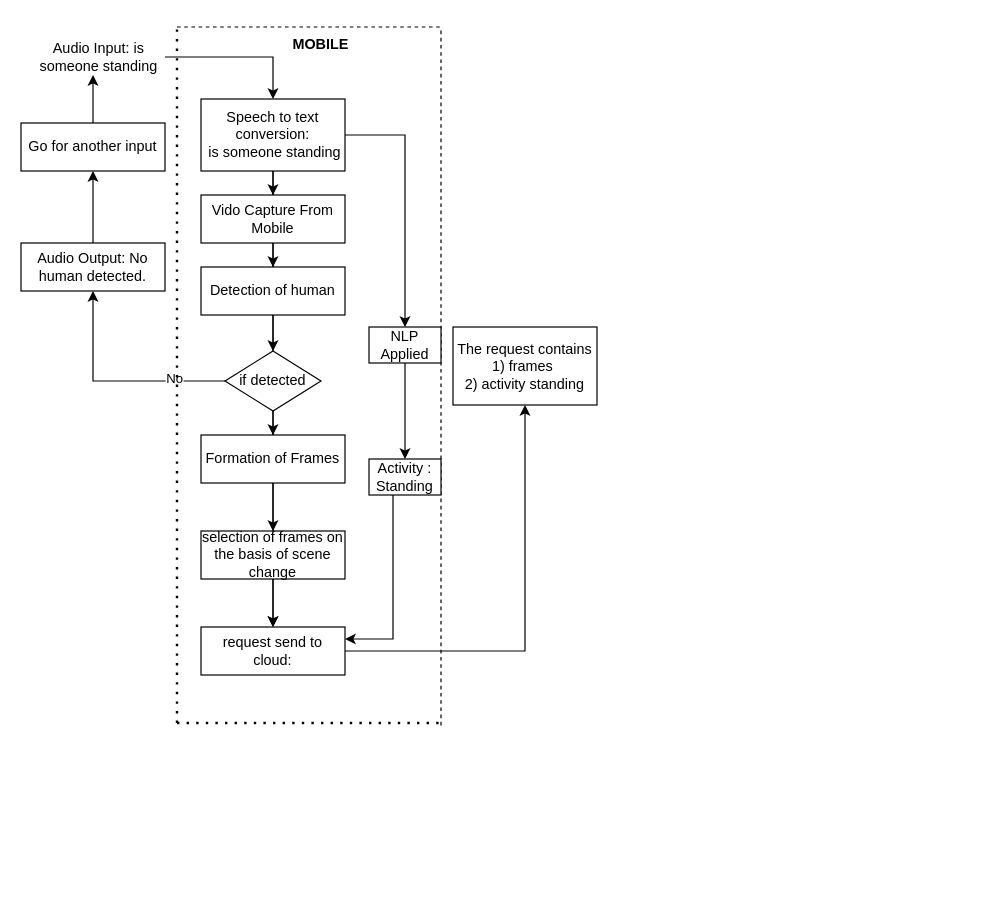
Above: ArchectectureDaigram.drawio in ahmad2001hotmailyahoo/ahmad-arc (draw.io), before the change. Source tidied: cells renumbered, new cells numbered last; positions are measured from the earlier drawing's top-left corner, leaving out a move shared by most shapes. Both pictures are drawn from the tidied source at 120%, with x=0, y=0 at pixel (20, 26).
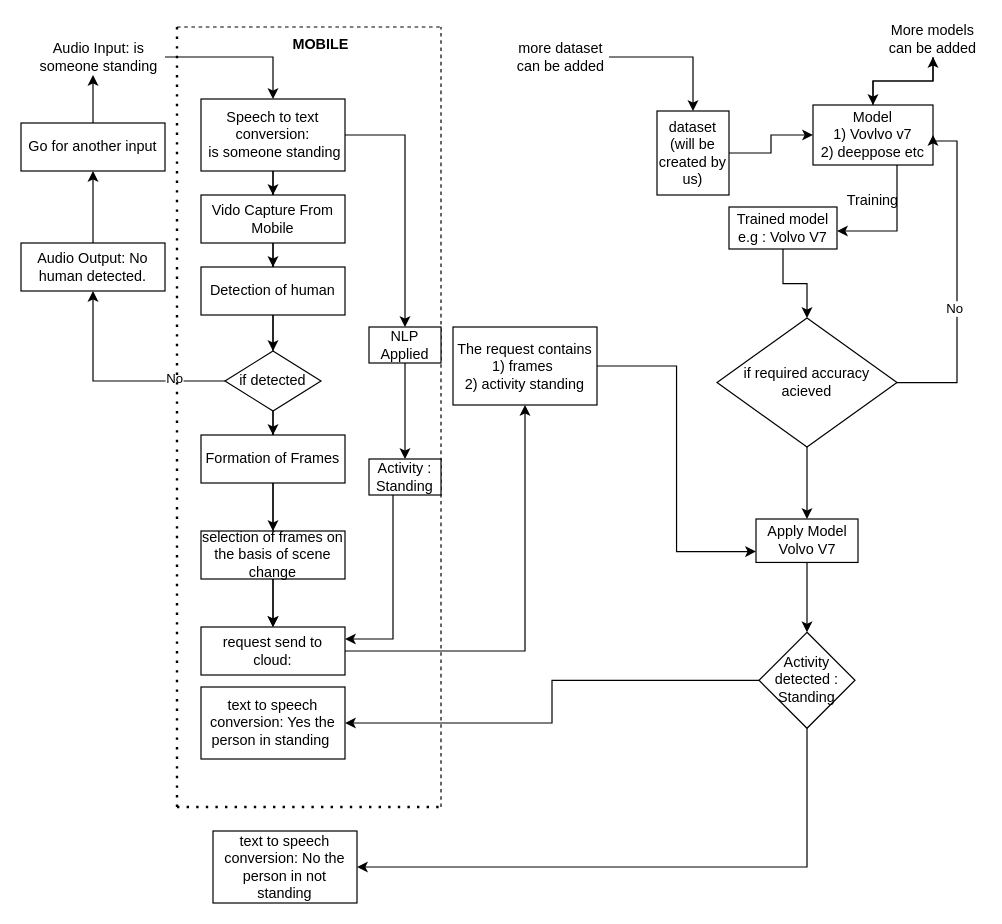
The same page after the edit.

Unchanged cells that the change refers to:
```xml
<mxCell id="26" value="The request contains&lt;br&gt;1) frames&amp;nbsp;&lt;br&gt;2) activity standing" style="whiteSpace=wrap;html=1;" parent="1" vertex="1">
  <mxGeometry x="360" y="250" width="120" height="65" as="geometry" />
</mxCell>
```

What changed in the source:
```diff
@@
+    <mxCell id="36" style="edgeStyle=orthogonalEdgeStyle;rounded=0;jettySize=auto;html=1;entryX=0;entryY=0.75;entryDx=0;entryDy=0;" parent="1" edge="1" source="26" target="54">
+      <mxGeometry relative="1" as="geometry" />
+    </mxCell>
@@
     <mxCell id="27" style="endArrow=none;dashed=1;html=1;dashPattern=1 3;strokeWidth=2;rounded=0;" parent="1" edge="1">
       <mxGeometry relative="1" as="geometry">
-        <mxPoint x="130" y="580" as="sourcePoint" />
+        <mxPoint x="130" y="650" as="sourcePoint" />
         <mxPoint x="130" as="targetPoint" />
       </mxGeometry>
     </mxCell>
@@
     <mxCell id="29" style="endArrow=none;dashed=1;html=1;rounded=0;" parent="1" edge="1">
       <mxGeometry relative="1" as="geometry">
-        <mxPoint x="350" y="582" as="sourcePoint" />
+        <mxPoint x="350" y="650" as="sourcePoint" />
         <mxPoint x="350" as="targetPoint" />
       </mxGeometry>
     </mxCell>
     <mxCell id="30" style="endArrow=none;dashed=1;html=1;dashPattern=1 3;strokeWidth=2;rounded=0;" parent="1" edge="1">
       <mxGeometry relative="1" as="geometry">
-        <mxPoint x="130" y="580" as="sourcePoint" />
-        <mxPoint x="350" y="580" as="targetPoint" />
+        <mxPoint x="130" y="650" as="sourcePoint" />
+        <mxPoint x="350" y="650" as="targetPoint" />
       </mxGeometry>
     </mxCell>
@@
+    <mxCell id="37" style="edgeStyle=orthogonalEdgeStyle;rounded=0;jettySize=auto;html=1;" parent="1" edge="1" source="38" target="45">
+      <mxGeometry relative="1" as="geometry" />
+    </mxCell>
+    <mxCell id="38" value="more dataset can be added&lt;br&gt;" style="text;html=1;strokeColor=none;fillColor=none;align=center;verticalAlign=middle;whiteSpace=wrap;rounded=0;" parent="1" vertex="1">
+      <mxGeometry x="410" y="-5" width="80" height="60" as="geometry" />
+    </mxCell>
+    <mxCell id="39" style="edgeStyle=orthogonalEdgeStyle;rounded=0;jettySize=auto;html=1;" parent="1" edge="1" source="40" target="43">
+      <mxGeometry relative="1" as="geometry" />
+    </mxCell>
+    <mxCell id="40" value="More models can be added" style="text;html=1;strokeColor=none;fillColor=none;align=center;verticalAlign=middle;whiteSpace=wrap;rounded=0;" parent="1" vertex="1">
+      <mxGeometry x="720" y="-5" width="80" height="30" as="geometry" />
+    </mxCell>
+    <mxCell id="41" style="edgeStyle=orthogonalEdgeStyle;rounded=0;jettySize=auto;html=1;" parent="1" edge="1" source="43" target="47">
+      <mxGeometry relative="1" as="geometry">
+        <Array as="points">
+          <mxPoint x="730" y="170" />
+        </Array>
+      </mxGeometry>
+    </mxCell>
+    <mxCell id="42" style="edgeStyle=orthogonalEdgeStyle;rounded=0;jettySize=auto;html=1;" parent="1" edge="1" source="43" target="40">
+      <mxGeometry relative="1" as="geometry" />
+    </mxCell>
+    <mxCell id="43" value="Model&lt;br&gt;1) Vovlvo v7&lt;br&gt;2) deeppose etc" style="whiteSpace=wrap;html=1;" parent="1" vertex="1">
+      <mxGeometry x="660" y="65" width="100" height="50" as="geometry" />
+    </mxCell>
+    <mxCell id="44" style="edgeStyle=orthogonalEdgeStyle;rounded=0;jettySize=auto;html=1;entryX=0;entryY=0.5;entryDx=0;entryDy=0;" parent="1" edge="1" source="45" target="43">
+      <mxGeometry relative="1" as="geometry" />
+    </mxCell>
+    <mxCell id="45" value="dataset (will be created by us)" style="whiteSpace=wrap;html=1;" parent="1" vertex="1">
+      <mxGeometry x="530" y="70" width="60" height="70" as="geometry" />
+    </mxCell>
+    <mxCell id="46" style="edgeStyle=orthogonalEdgeStyle;rounded=0;jettySize=auto;html=1;" parent="1" edge="1" source="47" target="52">
+      <mxGeometry relative="1" as="geometry" />
+    </mxCell>
+    <mxCell id="47" value="Trained model&lt;br&gt;e.g : Volvo V7" style="whiteSpace=wrap;html=1;" parent="1" vertex="1">
+      <mxGeometry x="590" y="150" width="90" height="35" as="geometry" />
+    </mxCell>
+    <mxCell id="48" value="Training" style="text;html=1;strokeColor=none;fillColor=none;align=center;verticalAlign=middle;whiteSpace=wrap;rounded=0;" parent="1" vertex="1">
+      <mxGeometry x="680" y="130" width="60" height="30" as="geometry" />
+    </mxCell>
+    <mxCell id="49" style="edgeStyle=orthogonalEdgeStyle;rounded=0;jettySize=auto;html=1;entryX=1;entryY=0.5;entryDx=0;entryDy=0;" parent="1" edge="1" source="52" target="43">
+      <mxGeometry relative="1" as="geometry">
+        <Array as="points">
+          <mxPoint x="780" y="296" />
+          <mxPoint x="780" y="95" />
+        </Array>
+      </mxGeometry>
+    </mxCell>
+    <mxCell id="50" value="No" style="edgeLabel;html=1;align=center;verticalAlign=middle;" parent="49" vertex="1">
+      <mxGeometry x="-0.19" y="3" relative="1" as="geometry" />
+    </mxCell>
+    <mxCell id="51" style="edgeStyle=orthogonalEdgeStyle;rounded=0;jettySize=auto;html=1;" parent="1" edge="1" source="52" target="54">
+      <mxGeometry relative="1" as="geometry" />
+    </mxCell>
+    <mxCell id="52" value="if required accuracy acieved" style="rhombus;whiteSpace=wrap;html=1;" parent="1" vertex="1">
+      <mxGeometry x="580" y="242.5" width="150" height="107.5" as="geometry" />
+    </mxCell>
+    <mxCell id="53" style="edgeStyle=orthogonalEdgeStyle;rounded=0;jettySize=auto;html=1;" parent="1" edge="1" source="54" target="57">
+      <mxGeometry relative="1" as="geometry" />
+    </mxCell>
+    <mxCell id="54" value="Apply Model Volvo V7" style="whiteSpace=wrap;html=1;" parent="1" vertex="1">
+      <mxGeometry x="612.5" y="410" width="85" height="36.2" as="geometry" />
+    </mxCell>
+    <mxCell id="55" style="edgeStyle=orthogonalEdgeStyle;rounded=0;jettySize=auto;html=1;" parent="1" edge="1" source="57" target="58">
+      <mxGeometry relative="1" as="geometry" />
+    </mxCell>
+    <mxCell id="56" style="edgeStyle=orthogonalEdgeStyle;rounded=0;jettySize=auto;html=1;" parent="1" edge="1" source="57" target="59">
+      <mxGeometry relative="1" as="geometry">
+        <Array as="points">
+          <mxPoint x="655" y="700" />
+        </Array>
+      </mxGeometry>
+    </mxCell>
+    <mxCell id="57" value="Activity detected : Standing" style="rhombus;whiteSpace=wrap;html=1;" parent="1" vertex="1">
+      <mxGeometry x="615" y="504.4" width="80" height="80" as="geometry" />
+    </mxCell>
+    <mxCell id="58" value="text to speech conversion: Yes the person in standing&amp;nbsp;" style="whiteSpace=wrap;html=1;" parent="1" vertex="1">
+      <mxGeometry x="150" y="550" width="120" height="60" as="geometry" />
+    </mxCell>
+    <mxCell id="59" value="text to speech conversion: No the person in not standing" style="whiteSpace=wrap;html=1;" parent="1" vertex="1">
+      <mxGeometry x="160" y="670" width="120" height="60" as="geometry" />
+    </mxCell>
```
